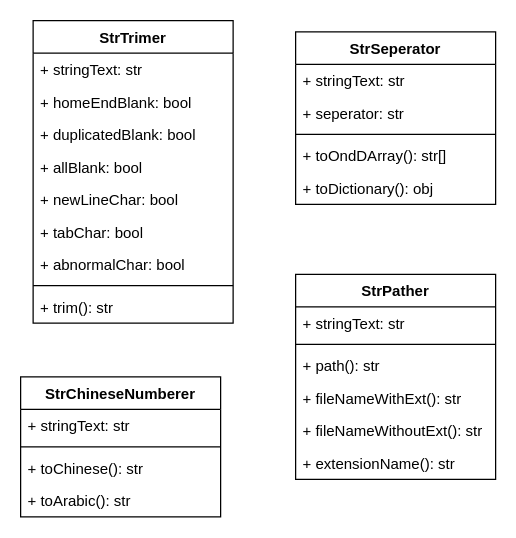
The draw.io diagram page "Stringer" (6 of 10) of Master UML For VBA Class.drawio in Youjwxyz/VBA_Library, before the edit. Source tidied: cells renumbered, new cells numbered last; positions are measured from the earlier drawing's top-left corner, leaving out a move shared by most shapes. Both pictures are drawn from the tidied source at 125%, with x=0, y=0 at pixel (20, 20).
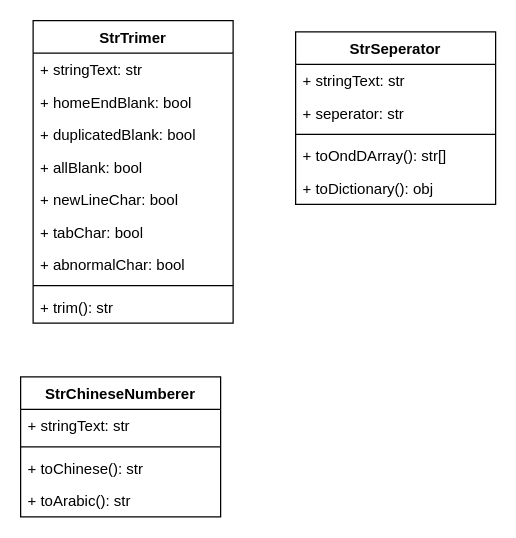
Above is the later version.

The edit, as a diff of the source:
```diff
@@
-    <mxCell id="18" value="StrPather" style="swimlane;fontStyle=1;align=center;verticalAlign=top;horizontal=1;startSize=26;" parent="1" vertex="1">
-      <mxGeometry x="220" y="203" width="160" height="164" as="geometry" />
-    </mxCell>
-    <mxCell id="19" value="+ stringText: str" style="text;strokeColor=none;fillColor=none;align=left;verticalAlign=top;spacingLeft=4;spacingRight=4;overflow=hidden;" parent="18" vertex="1">
-      <mxGeometry y="26" width="160" height="26" as="geometry" />
-    </mxCell>
-    <mxCell id="20" style="line;strokeWidth=1;fillColor=none;align=left;verticalAlign=middle;spacingTop=-1;spacingLeft=3;spacingRight=3;labelPosition=right;" parent="18" vertex="1">
-      <mxGeometry y="52" width="160" height="8" as="geometry" />
-    </mxCell>
-    <mxCell id="21" value="+ path(): str" style="text;strokeColor=none;fillColor=none;align=left;verticalAlign=top;spacingLeft=4;spacingRight=4;overflow=hidden;" parent="18" vertex="1">
-      <mxGeometry y="60" width="160" height="26" as="geometry" />
-    </mxCell>
-    <mxCell id="22" value="+ fileNameWithExt(): str" style="text;strokeColor=none;fillColor=none;align=left;verticalAlign=top;spacingLeft=4;spacingRight=4;overflow=hidden;" parent="18" vertex="1">
-      <mxGeometry y="86" width="160" height="26" as="geometry" />
-    </mxCell>
-    <mxCell id="23" value="+ fileNameWithoutExt(): str" style="text;strokeColor=none;fillColor=none;align=left;verticalAlign=top;spacingLeft=4;spacingRight=4;overflow=hidden;" parent="18" vertex="1">
-      <mxGeometry y="112" width="160" height="26" as="geometry" />
-    </mxCell>
-    <mxCell id="24" value="+ extensionName(): str" style="text;strokeColor=none;fillColor=none;align=left;verticalAlign=top;spacingLeft=4;spacingRight=4;overflow=hidden;" parent="18" vertex="1">
-      <mxGeometry y="138" width="160" height="26" as="geometry" />
-    </mxCell>
```
